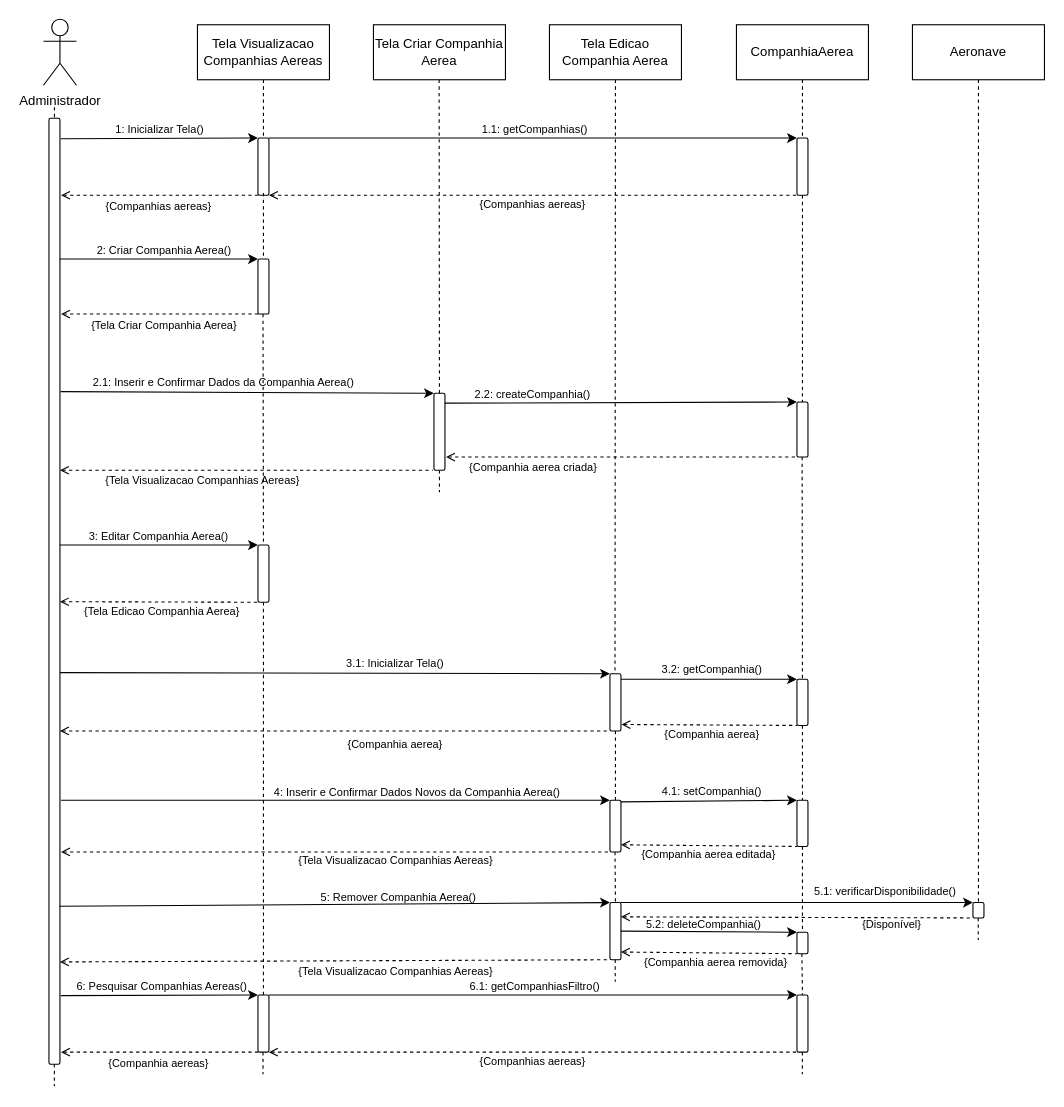
Before: Diagramas/Eng_de_Software/Modelos/Sequencia/Manter_Companhias_Aereas.drawio in GabrielGMori/trabalho-conclus-o-ano, a draw.io diagram. Source tidied: cells renumbered, new cells numbered last; positions are measured from the earlier drawing's top-left corner, leaving out a move shared by most shapes. Both pictures are drawn from the tidied source at 110%, with x=0, y=0 at pixel (43, 19).
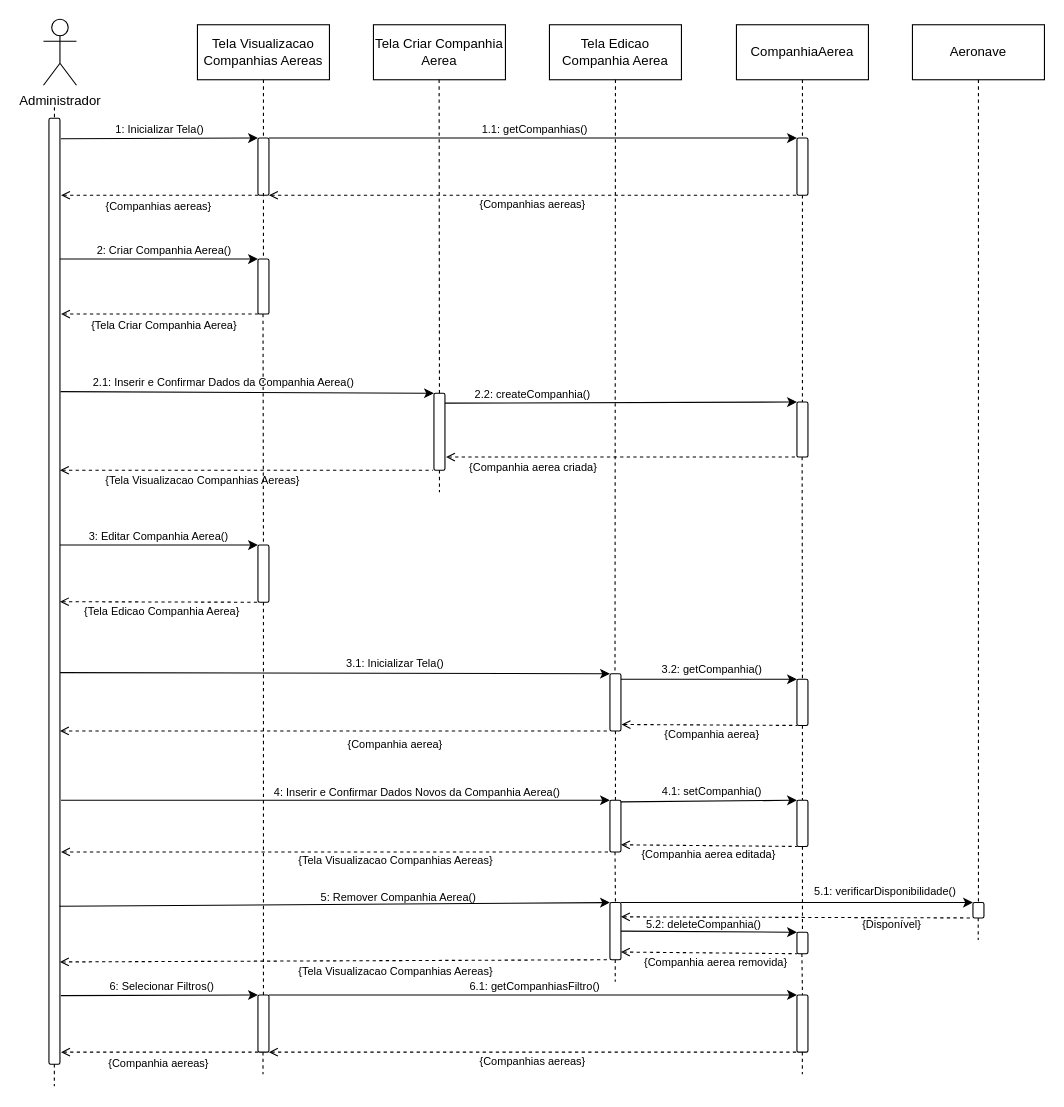
Above is the later version.

What changed in the source:
```diff
@@
-    <mxCell id="90" value="&lt;font&gt;6: Pesquisar&amp;nbsp;&lt;/font&gt;Companhias Aereas&lt;font&gt;()&lt;/font&gt;" style="text;html=1;align=center;verticalAlign=middle;whiteSpace=wrap;rounded=0;fontSize=10;" parent="1" vertex="1">
+    <mxCell id="90" value="&lt;font&gt;6:&amp;nbsp;&lt;/font&gt;&lt;font&gt;&lt;font style=&quot;border-color: var(--border-color);&quot;&gt;Selecionar Filtros&lt;/font&gt;&lt;font style=&quot;border-color: var(--border-color);&quot;&gt;()&lt;/font&gt;&lt;/font&gt;" style="text;html=1;align=center;verticalAlign=middle;whiteSpace=wrap;rounded=0;fontSize=10;" parent="1" vertex="1">
       <mxGeometry x="26" y="869" width="164" height="20" as="geometry" />
     </mxCell>
```
